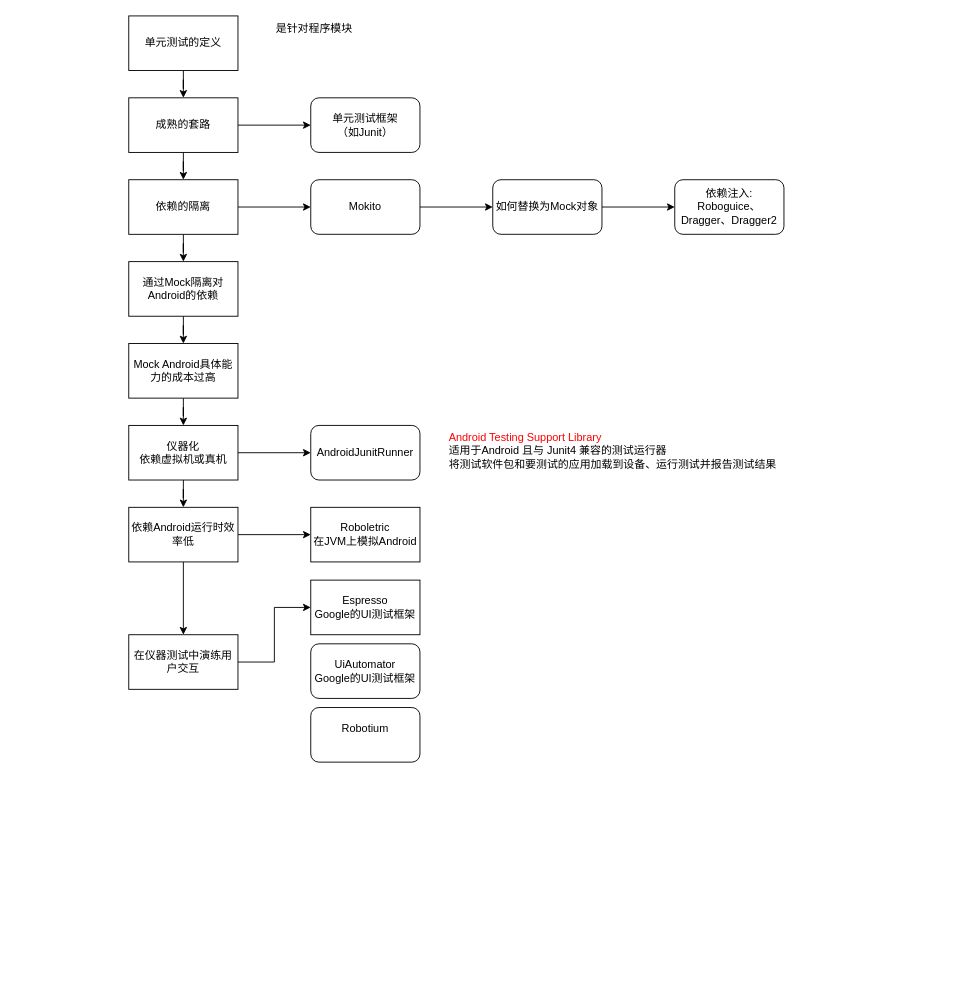
Earlier version of the draw.io diagram 单元测试.drawio (walkwall/drawing). Source tidied: cells renumbered, new cells numbered last; positions are measured from the earlier drawing's top-left corner, leaving out a move shared by most shapes. Both pictures are drawn from the tidied source at 91%, with x=0, y=0 at pixel (128, 15).
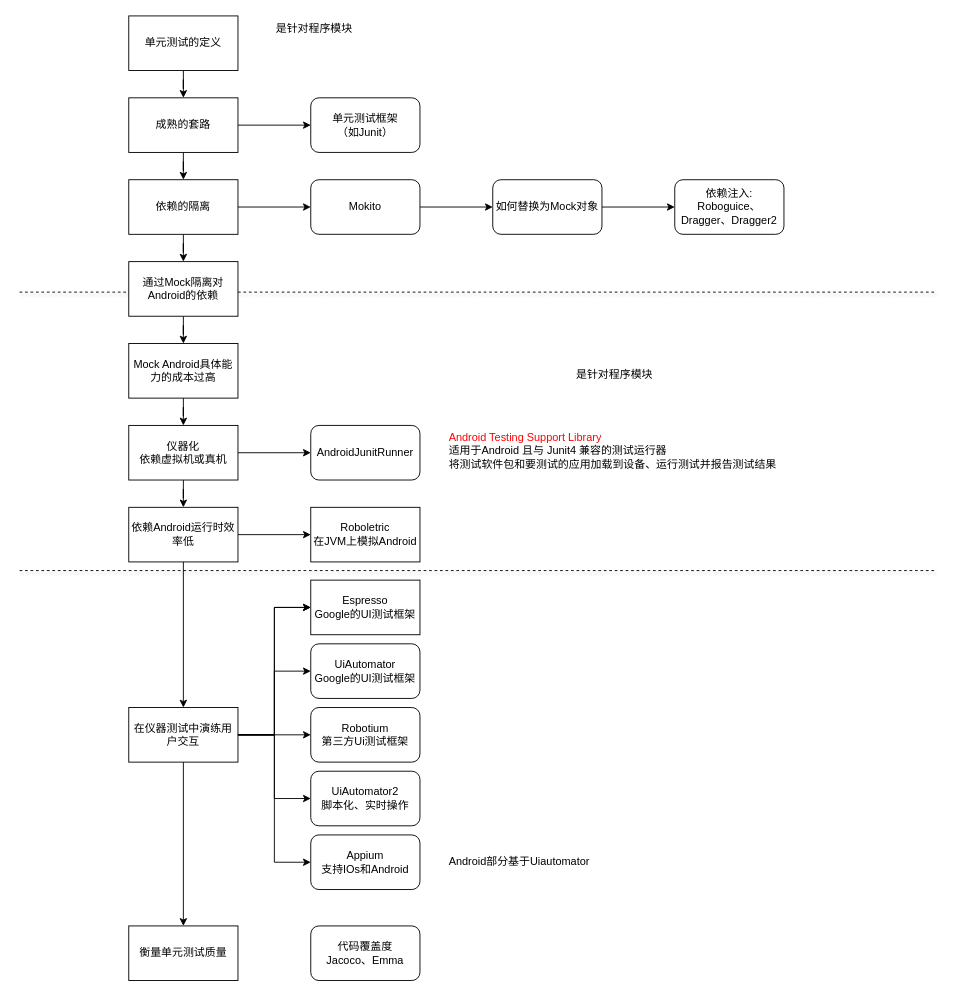
After the change.

Unchanged cells that the change refers to:
```xml
<mxCell id="22" value="Espresso&lt;br&gt;Google的UI测试框架&lt;br&gt;" style="rounded=0;whiteSpace=wrap;html=1;" parent="1" vertex="1">
  <mxGeometry x="200" y="620" width="120" height="60" as="geometry" />
</mxCell>
<mxCell id="33" value="UiAutomator&lt;br&gt;Google的UI测试框架&lt;br&gt;" style="rounded=1;whiteSpace=wrap;html=1;align=center;" parent="1" vertex="1">
  <mxGeometry x="200" y="690" width="120" height="60" as="geometry" />
</mxCell>
```

Diff of the diagram source:
```diff
@@
+    <mxCell id="35" style="endArrow=none;dashed=1;html=1;shadow=1;" parent="1" edge="1">
+      <mxGeometry relative="1" as="geometry">
+        <mxPoint x="-120" y="303.5" as="sourcePoint" />
+        <mxPoint x="886" y="303.5" as="targetPoint" />
+      </mxGeometry>
+    </mxCell>
@@
-    <mxCell id="20" style="edgeStyle=orthogonalEdgeStyle;rounded=0;jettySize=auto;html=1;" parent="1" edge="1" source="21" target="22">
+    <mxCell id="20" style="edgeStyle=orthogonalEdgeStyle;rounded=0;jettySize=auto;html=1;entryX=0;entryY=0.5;entryDx=0;entryDy=0;" parent="1" edge="1" source="21" target="22">
       <mxGeometry relative="1" as="geometry" />
     </mxCell>
+    <mxCell id="36" style="edgeStyle=orthogonalEdgeStyle;rounded=0;jettySize=auto;html=1;shadow=0;exitX=0.5;exitY=1;exitDx=0;exitDy=0;" parent="1" edge="1" source="21">
+      <mxGeometry relative="1" as="geometry">
+        <mxPoint x="60" y="1000" as="targetPoint" />
+      </mxGeometry>
+    </mxCell>
     <mxCell id="21" value="在仪器测试中演练用户交互" style="rounded=0;whiteSpace=wrap;html=1;" parent="1" vertex="1">
-      <mxGeometry y="680" width="120" height="60" as="geometry" />
+      <mxGeometry y="760" width="120" height="60" as="geometry" />
     </mxCell>
+    <mxCell id="37" value="衡量单元测试质量" style="rounded=0;whiteSpace=wrap;html=1;" parent="1" vertex="1">
+      <mxGeometry y="1000" width="120" height="60" as="geometry" />
+    </mxCell>
@@
+    <mxCell id="38" value="UiAutomator2&lt;br&gt;脚本化、实时操作&lt;br&gt;" style="rounded=1;whiteSpace=wrap;html=1;align=center;" parent="1" vertex="1">
+      <mxGeometry x="200" y="830" width="120" height="60" as="geometry" />
+    </mxCell>
-    <mxCell id="34" value="Robotium&lt;br&gt;&lt;br&gt;" style="rounded=1;whiteSpace=wrap;html=1;align=center;" parent="1" vertex="1">
+    <mxCell id="34" value="Robotium&lt;br&gt;第三方Ui测试框架&lt;br&gt;" style="rounded=1;whiteSpace=wrap;html=1;align=center;" parent="1" vertex="1">
       <mxGeometry x="200" y="760" width="120" height="60" as="geometry" />
     </mxCell>
+    <mxCell id="39" style="edgeStyle=orthogonalEdgeStyle;rounded=0;jettySize=auto;html=1;entryX=0;entryY=0.5;entryDx=0;entryDy=0;" parent="1" edge="1" source="21" target="22">
+      <mxGeometry relative="1" as="geometry">
+        <Array as="points">
+          <mxPoint x="160" y="790" />
+          <mxPoint x="160" y="650" />
+        </Array>
+      </mxGeometry>
+    </mxCell>
+    <mxCell id="40" style="edgeStyle=orthogonalEdgeStyle;rounded=0;jettySize=auto;html=1;entryX=0;entryY=0.5;entryDx=0;entryDy=0;exitX=1;exitY=0.5;exitDx=0;exitDy=0;" parent="1" edge="1" source="21" target="33">
+      <mxGeometry relative="1" as="geometry">
+        <Array as="points">
+          <mxPoint x="160" y="790" />
+          <mxPoint x="160" y="720" />
+        </Array>
+      </mxGeometry>
+    </mxCell>
+    <mxCell id="41" style="edgeStyle=orthogonalEdgeStyle;rounded=0;jettySize=auto;html=1;exitX=1;exitY=0.5;exitDx=0;exitDy=0;" parent="1" edge="1" source="21">
+      <mxGeometry relative="1" as="geometry">
+        <mxPoint x="200" y="790" as="targetPoint" />
+        <Array as="points">
+          <mxPoint x="200" y="790" />
+        </Array>
+      </mxGeometry>
+    </mxCell>
+    <mxCell id="42" style="endArrow=none;dashed=1;html=1;shadow=1;" parent="1" edge="1">
+      <mxGeometry relative="1" as="geometry">
+        <mxPoint x="-120" y="609.5" as="sourcePoint" />
+        <mxPoint x="886" y="609.5" as="targetPoint" />
+      </mxGeometry>
+    </mxCell>
+    <mxCell id="43" value="代码覆盖度&lt;br&gt;Jacoco、Emma&lt;br&gt;" style="rounded=1;whiteSpace=wrap;html=1;align=center;" parent="1" vertex="1">
+      <mxGeometry x="200" y="1000" width="120" height="60" as="geometry" />
+    </mxCell>
+    <mxCell id="44" value="是针对程序模块" style="text;html=1;strokeColor=none;fillColor=none;align=left;verticalAlign=top;whiteSpace=wrap;rounded=0;imageVerticalAlign=middle;" parent="1" vertex="1">
+      <mxGeometry x="490" y="380" width="330" height="60" as="geometry" />
+    </mxCell>
+    <mxCell id="45" value="Android部分基于Uiautomator" style="text;html=1;strokeColor=none;fillColor=none;align=left;verticalAlign=middle;whiteSpace=wrap;rounded=0;imageVerticalAlign=middle;" parent="1" vertex="1">
+      <mxGeometry x="350" y="900" width="170" height="60" as="geometry" />
+    </mxCell>
+    <mxCell id="46" value="Appium&lt;br&gt;支持IOs和Android&lt;br&gt;" style="rounded=1;whiteSpace=wrap;html=1;align=center;" parent="1" vertex="1">
+      <mxGeometry x="200" y="900" width="120" height="60" as="geometry" />
+    </mxCell>
+    <mxCell id="47" style="edgeStyle=orthogonalEdgeStyle;rounded=0;jettySize=auto;html=1;exitX=1;exitY=0.5;exitDx=0;exitDy=0;entryX=0;entryY=0.5;entryDx=0;entryDy=0;" parent="1" edge="1" source="21" target="38">
+      <mxGeometry relative="1" as="geometry">
+        <Array as="points">
+          <mxPoint x="160" y="790" />
+          <mxPoint x="160" y="860" />
+        </Array>
+      </mxGeometry>
+    </mxCell>
+    <mxCell id="48" style="edgeStyle=orthogonalEdgeStyle;rounded=0;jettySize=auto;html=1;exitX=1;exitY=0.5;exitDx=0;exitDy=0;" parent="1" edge="1" source="21">
+      <mxGeometry relative="1" as="geometry">
+        <mxPoint x="200" y="930" as="targetPoint" />
+        <Array as="points">
+          <mxPoint x="160" y="790" />
+          <mxPoint x="160" y="930" />
+          <mxPoint x="200" y="930" />
+        </Array>
+      </mxGeometry>
+    </mxCell>
```
